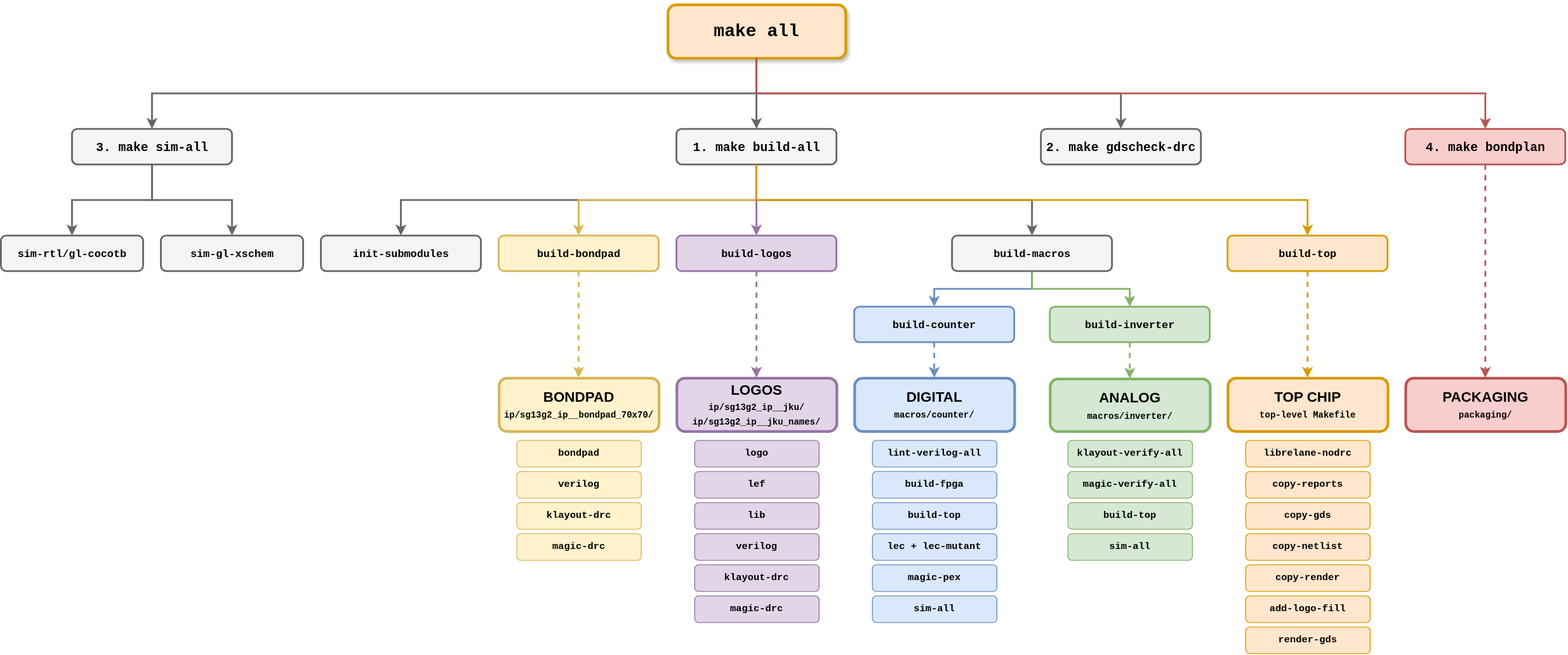
The draw.io diagram tutorial/fig/targets_overview/targets_overview.svg in iic-jku/ihp-sg13g2-ams-chip-template, before a commit. Source tidied: cells renumbered, new cells last; positions are measured from the earlier drawing's top-left corner, leaving out a move shared by most shapes.
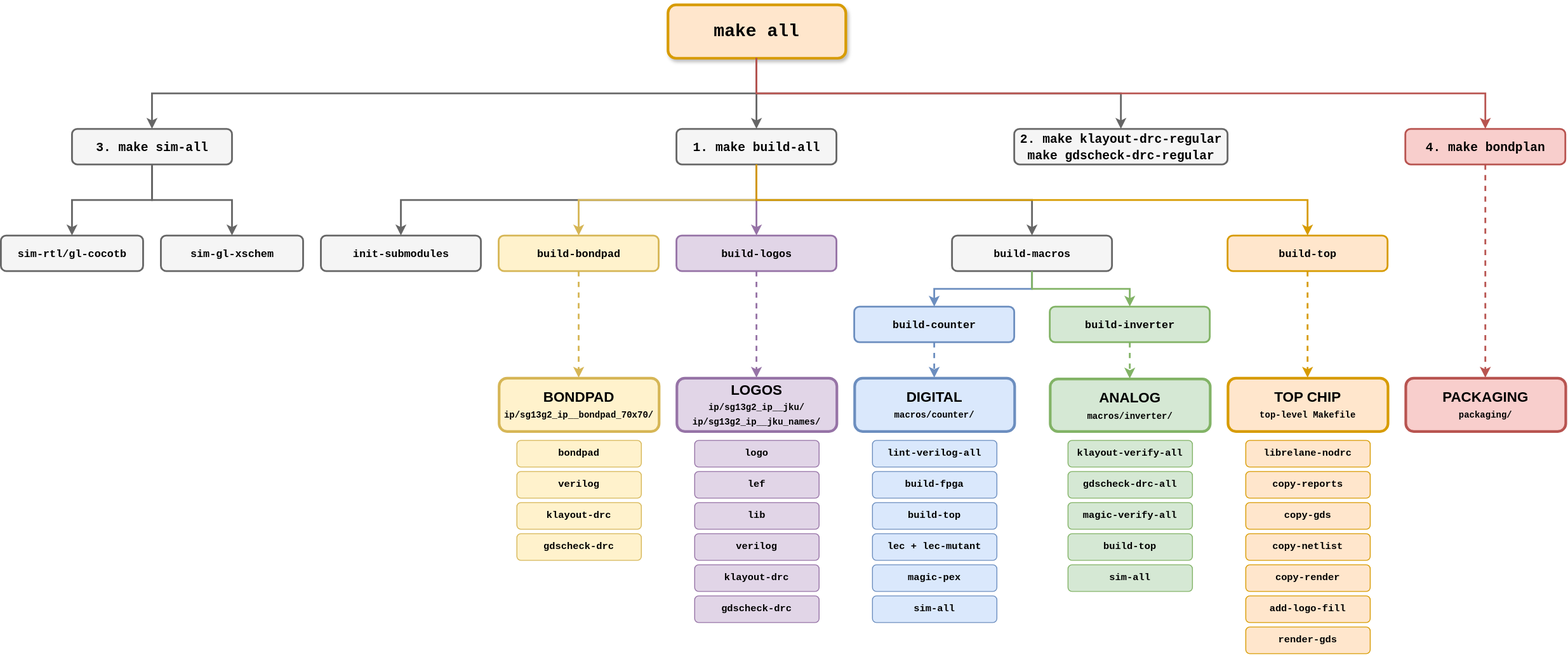
After the commit.

Diff of the diagram source:
```diff
@@ -11,8 +11,8 @@
     <mxCell id="4" value="&lt;font face=&quot;Courier New&quot;&gt;&lt;b&gt;1. make build-all&lt;/b&gt;&lt;/font&gt;" style="rounded=1;whiteSpace=wrap;html=1;fontSize=14;fillColor=#f5f5f5;strokeColor=#666666;strokeWidth=2;fontStyle=1;verticalAlign=middle;sketch=0;" parent="1" vertex="1">
       <mxGeometry x="760" y="140" width="180" height="40" as="geometry" />
     </mxCell>
-    <mxCell id="5" value="&lt;font face=&quot;Courier New&quot;&gt;&lt;b&gt;2. make gdscheck-drc&lt;/b&gt;&lt;/font&gt;" style="rounded=1;whiteSpace=wrap;html=1;fontSize=14;fillColor=#f5f5f5;strokeColor=#666666;strokeWidth=2;fontStyle=1;verticalAlign=middle;sketch=0;" parent="1" vertex="1">
-      <mxGeometry x="1170" y="140" width="180" height="40" as="geometry" />
+    <mxCell id="5" value="&lt;font face=&quot;Courier New&quot;&gt;&lt;b&gt;2. make klayout-drc-regular&lt;br&gt;make gdscheck-drc-regular&lt;/b&gt;&lt;/font&gt;" style="rounded=1;whiteSpace=wrap;html=1;fontSize=14;fillColor=#f5f5f5;strokeColor=#666666;strokeWidth=2;fontStyle=1;verticalAlign=middle;sketch=0;" parent="1" vertex="1">
+      <mxGeometry x="1140" y="140" width="240" height="40" as="geometry" />
     </mxCell>
     <mxCell id="6" value="&lt;font face=&quot;Courier New&quot; style=&quot;font-size: 12px;&quot;&gt;&lt;b&gt;sim-rtl/gl-cocotb&lt;/b&gt;&lt;/font&gt;" style="rounded=1;whiteSpace=wrap;html=1;fontSize=12;fillColor=#f5f5f5;strokeColor=#666666;strokeWidth=2;fontStyle=1;verticalAlign=middle;sketch=0;" parent="1" vertex="1">
       <mxGeometry y="260" width="160" height="40" as="geometry" />
@@ -71,7 +71,7 @@
     <mxCell id="24" value="&lt;font face=&quot;Courier New&quot; style=&quot;font-size: 11px;&quot;&gt;&lt;b&gt;klayout-drc&lt;/b&gt;&lt;/font&gt;" style="rounded=1;whiteSpace=wrap;html=1;fontSize=11;fillColor=#fff2cc;strokeColor=#d6b656;strokeWidth=1;fontStyle=0;verticalAlign=middle;sketch=0;" parent="1" vertex="1">
       <mxGeometry x="580" y="560" width="140" height="30" as="geometry" />
     </mxCell>
-    <mxCell id="25" value="&lt;font face=&quot;Courier New&quot; style=&quot;font-size: 11px;&quot;&gt;&lt;b&gt;magic-drc&lt;/b&gt;&lt;/font&gt;" style="rounded=1;whiteSpace=wrap;html=1;fontSize=11;fillColor=#fff2cc;strokeColor=#d6b656;strokeWidth=1;fontStyle=0;verticalAlign=middle;sketch=0;" parent="1" vertex="1">
+    <mxCell id="25" value="&lt;font face=&quot;Courier New&quot; style=&quot;font-size: 11px;&quot;&gt;&lt;b&gt;gdscheck-drc&lt;/b&gt;&lt;/font&gt;" style="rounded=1;whiteSpace=wrap;html=1;fontSize=11;fillColor=#fff2cc;strokeColor=#d6b656;strokeWidth=1;fontStyle=0;verticalAlign=middle;sketch=0;" parent="1" vertex="1">
       <mxGeometry x="580" y="595" width="140" height="30" as="geometry" />
     </mxCell>
     <mxCell id="26" value="&lt;font face=&quot;Courier New&quot; style=&quot;font-size: 11px;&quot;&gt;&lt;b&gt;logo&lt;/b&gt;&lt;/font&gt;" style="rounded=1;whiteSpace=wrap;html=1;fontSize=11;fillColor=#e1d5e7;strokeColor=#9673a6;strokeWidth=1;fontStyle=0;verticalAlign=middle;sketch=0;" parent="1" vertex="1">
@@ -89,7 +89,7 @@
     <mxCell id="30" value="&lt;font face=&quot;Courier New&quot; style=&quot;font-size: 11px;&quot;&gt;&lt;b&gt;klayout-drc&lt;/b&gt;&lt;/font&gt;" style="rounded=1;whiteSpace=wrap;html=1;fontSize=11;fillColor=#e1d5e7;strokeColor=#9673a6;strokeWidth=1;fontStyle=0;verticalAlign=middle;sketch=0;" parent="1" vertex="1">
       <mxGeometry x="780" y="630" width="140" height="30" as="geometry" />
     </mxCell>
-    <mxCell id="31" value="&lt;font face=&quot;Courier New&quot; style=&quot;font-size: 11px;&quot;&gt;&lt;b&gt;magic-drc&lt;/b&gt;&lt;/font&gt;" style="rounded=1;whiteSpace=wrap;html=1;fontSize=11;fillColor=#e1d5e7;strokeColor=#9673a6;strokeWidth=1;fontStyle=0;verticalAlign=middle;sketch=0;" parent="1" vertex="1">
+    <mxCell id="31" value="&lt;font face=&quot;Courier New&quot; style=&quot;font-size: 11px;&quot;&gt;&lt;b&gt;gdscheck-drc&lt;/b&gt;&lt;/font&gt;" style="rounded=1;whiteSpace=wrap;html=1;fontSize=11;fillColor=#e1d5e7;strokeColor=#9673a6;strokeWidth=1;fontStyle=0;verticalAlign=middle;sketch=0;" parent="1" vertex="1">
       <mxGeometry x="780" y="665" width="140" height="30" as="geometry" />
     </mxCell>
     <mxCell id="32" value="&lt;font face=&quot;Courier New&quot; style=&quot;font-size: 11px;&quot;&gt;&lt;b&gt;lint-verilog-all&lt;/b&gt;&lt;/font&gt;" style="rounded=1;whiteSpace=wrap;html=1;fontSize=11;fillColor=#dae8fc;strokeColor=#6c8ebf;strokeWidth=1;fontStyle=0;verticalAlign=middle;sketch=0;" parent="1" vertex="1">
@@ -113,14 +113,17 @@
     <mxCell id="38" value="&lt;font face=&quot;Courier New&quot; style=&quot;font-size: 11px;&quot;&gt;&lt;b&gt;klayout-verify-all&lt;/b&gt;&lt;/font&gt;" style="rounded=1;whiteSpace=wrap;html=1;fontSize=11;fillColor=#d5e8d4;strokeColor=#82b366;strokeWidth=1;fontStyle=0;verticalAlign=middle;sketch=0;" parent="1" vertex="1">
       <mxGeometry x="1200" y="490" width="140" height="30" as="geometry" />
     </mxCell>
+    <mxCell id="68" value="&lt;font face=&quot;Courier New&quot; style=&quot;font-size: 11px;&quot;&gt;&lt;b&gt;gdscheck-drc-all&lt;/b&gt;&lt;/font&gt;" style="rounded=1;whiteSpace=wrap;html=1;fontSize=11;fillColor=#d5e8d4;strokeColor=#82b366;strokeWidth=1;fontStyle=0;verticalAlign=middle;sketch=0;" parent="1" vertex="1">
+      <mxGeometry x="1200" y="525" width="140" height="30" as="geometry" />
+    </mxCell>
     <mxCell id="39" value="&lt;font face=&quot;Courier New&quot; style=&quot;font-size: 11px;&quot;&gt;&lt;b&gt;magic-verify-all&lt;/b&gt;&lt;/font&gt;" style="rounded=1;whiteSpace=wrap;html=1;fontSize=11;fillColor=#d5e8d4;strokeColor=#82b366;strokeWidth=1;fontStyle=0;verticalAlign=middle;sketch=0;" parent="1" vertex="1">
-      <mxGeometry x="1200" y="525" width="140" height="30" as="geometry" />
+      <mxGeometry x="1200" y="560" width="140" height="30" as="geometry" />
     </mxCell>
     <mxCell id="40" value="&lt;font face=&quot;Courier New&quot; style=&quot;font-size: 11px;&quot;&gt;&lt;b&gt;build-top&lt;/b&gt;&lt;/font&gt;" style="rounded=1;whiteSpace=wrap;html=1;fontSize=11;fillColor=#d5e8d4;strokeColor=#82b366;strokeWidth=1;fontStyle=0;verticalAlign=middle;sketch=0;" parent="1" vertex="1">
-      <mxGeometry x="1200" y="560" width="140" height="30" as="geometry" />
+      <mxGeometry x="1200" y="595" width="140" height="30" as="geometry" />
     </mxCell>
     <mxCell id="41" value="&lt;font face=&quot;Courier New&quot; style=&quot;font-size: 11px;&quot;&gt;&lt;b&gt;sim-all&lt;/b&gt;&lt;/font&gt;" style="rounded=1;whiteSpace=wrap;html=1;fontSize=11;fillColor=#d5e8d4;strokeColor=#82b366;strokeWidth=1;fontStyle=0;verticalAlign=middle;sketch=0;" parent="1" vertex="1">
-      <mxGeometry x="1200" y="595" width="140" height="30" as="geometry" />
+      <mxGeometry x="1200" y="630" width="140" height="30" as="geometry" />
     </mxCell>
     <mxCell id="42" value="&lt;font face=&quot;Courier New&quot; style=&quot;font-size: 11px;&quot;&gt;&lt;b&gt;librelane-nodrc&lt;/b&gt;&lt;/font&gt;" style="rounded=1;whiteSpace=wrap;html=1;fontSize=11;fillColor=#ffe6cc;strokeColor=#d79b00;strokeWidth=1;fontStyle=0;verticalAlign=middle;sketch=0;" parent="1" vertex="1">
       <mxGeometry x="1400" y="490" width="140" height="30" as="geometry" />
```
